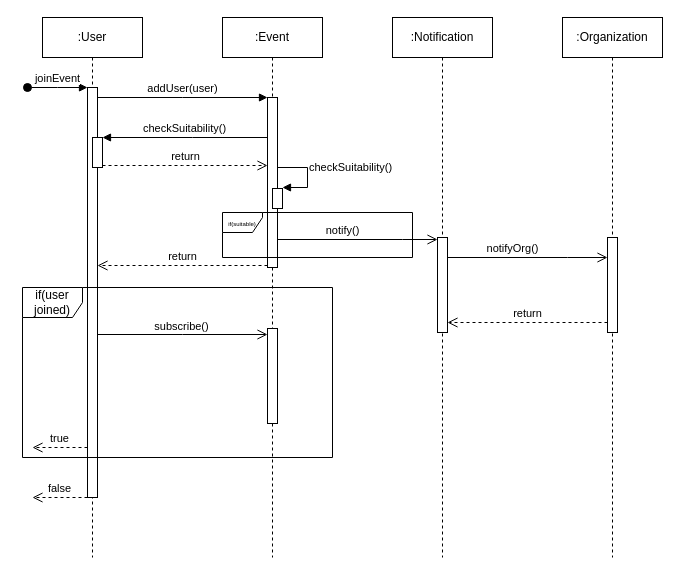
The draw.io diagram project/UMLsequenceDiagramJoinEvent.drawio in josura/HCI, before the edit. Source tidied: cells renumbered, new cells numbered last; positions are measured from the earlier drawing's top-left corner, leaving out a move shared by most shapes. Both pictures are drawn from the tidied source at 100%, with x=0, y=0 at pixel (22, 17).
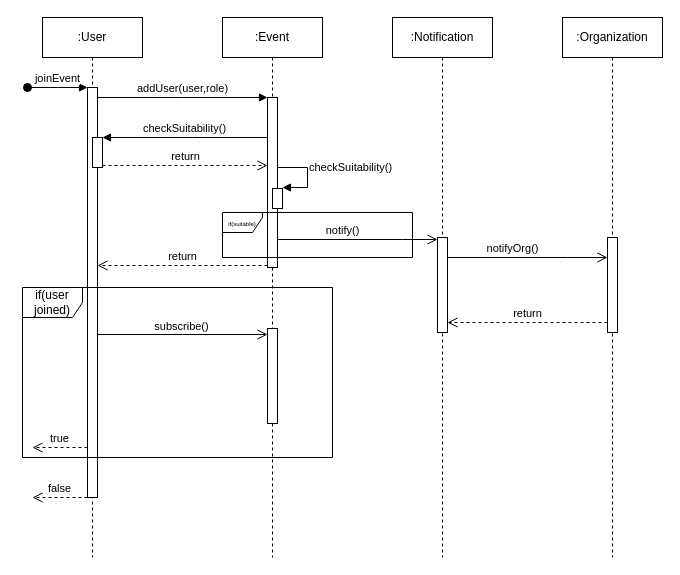
The same page after the edit.

Unchanged cells that the change refers to:
```xml
<mxCell id="3" style="html=1;points=[];perimeter=orthogonalPerimeter;outlineConnect=0;targetShapes=umlLifeline;portConstraint=eastwest;newEdgeStyle={&quot;edgeStyle&quot;:&quot;elbowEdgeStyle&quot;,&quot;elbow&quot;:&quot;vertical&quot;,&quot;curved&quot;:0,&quot;rounded&quot;:0};" parent="2" vertex="1">
  <mxGeometry x="45" y="70" width="10" height="410" as="geometry" />
</mxCell>
<mxCell id="7" style="html=1;points=[];perimeter=orthogonalPerimeter;outlineConnect=0;targetShapes=umlLifeline;portConstraint=eastwest;newEdgeStyle={&quot;edgeStyle&quot;:&quot;elbowEdgeStyle&quot;,&quot;elbow&quot;:&quot;vertical&quot;,&quot;curved&quot;:0,&quot;rounded&quot;:0};" parent="6" vertex="1">
  <mxGeometry x="45" y="80" width="10" height="170" as="geometry" />
</mxCell>
```

The edit, as a diff of the source:
```diff
@@
-    <mxCell id="11" value="addUser(user)" style="html=1;verticalAlign=bottom;endArrow=block;edgeStyle=elbowEdgeStyle;elbow=vertical;curved=0;rounded=0;" parent="1" edge="1" source="3" target="7">
+    <mxCell id="11" value="addUser(user,role)" style="html=1;verticalAlign=bottom;endArrow=block;edgeStyle=elbowEdgeStyle;elbow=vertical;curved=0;rounded=0;" parent="1" edge="1" source="3" target="7">
       <mxGeometry relative="1" as="geometry">
         <Array as="points">
           <mxPoint x="160" y="80" />
         </Array>
       </mxGeometry>
     </mxCell>
```
